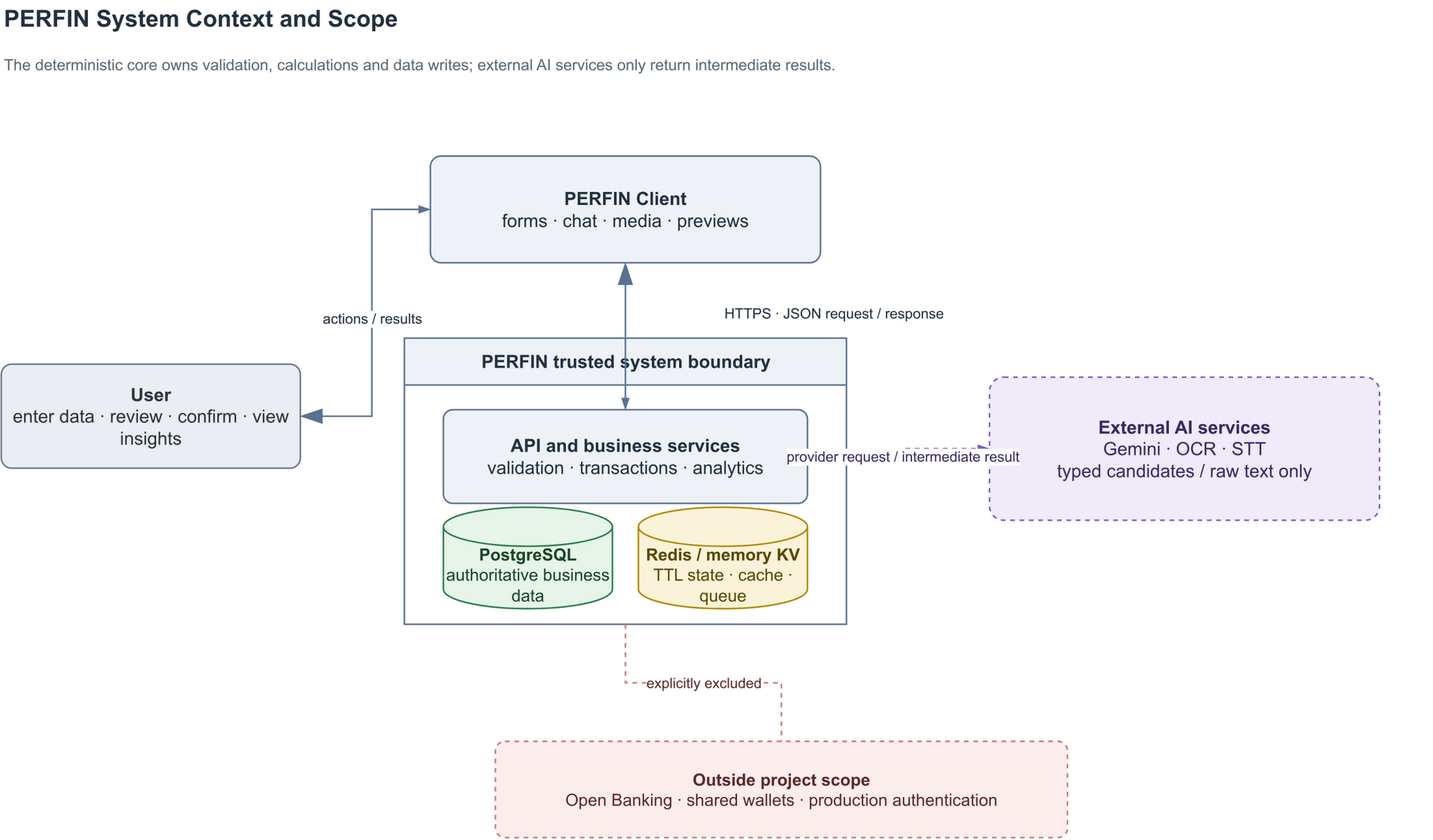
This is latex/figures/rendered/01-system-context.png from ngthtrong/perfin-nienluan, a draw.io export, as it was before one commit. Source tidied: cells renumbered, new cells last; positions are measured from the earlier drawing's top-left corner, leaving out a move shared by most shapes. Source of this version:
```xml
<mxGraphModel>
  <root>
    <mxCell id="0" />
    <mxCell id="1" parent="0" />
    <mxCell id="2" value="&lt;b&gt;PERFIN System Context and Scope&lt;/b&gt;" style="text;html=1;align=left;verticalAlign=middle;fontSize=18;fontColor=#22303F;" parent="1" vertex="1">
      <mxGeometry width="720" height="28" as="geometry" />
    </mxCell>
    <mxCell id="3" value="The deterministic core owns validation, calculations and data writes; external AI services only return intermediate results." style="text;html=1;align=left;verticalAlign=middle;fontSize=12;fontColor=#5A6A78;whiteSpace=wrap;" parent="1" vertex="1">
      <mxGeometry y="32" width="1100" height="36" as="geometry" />
    </mxCell>
    <mxCell id="4" value="&lt;b&gt;User&lt;/b&gt;&#10;enter data · review · confirm · view insights" style="rounded=1;arcSize=10;whiteSpace=wrap;html=1;spacing=6;align=center;verticalAlign=middle;fillColor=#EAEEF2;strokeColor=#6B7A89;fontColor=#2C3440;fontSize=14;strokeWidth=1.2;" parent="1" vertex="1">
      <mxGeometry y="280" width="230" height="80" as="geometry" />
    </mxCell>
    <mxCell id="5" value="&lt;b&gt;PERFIN Client&lt;/b&gt;&#10;forms · chat · media · previews" style="rounded=1;arcSize=10;whiteSpace=wrap;html=1;spacing=6;align=center;verticalAlign=middle;fillColor=#EEF2F7;strokeColor=#5B7290;fontColor=#22303F;fontSize=14;strokeWidth=1.2;" parent="1" vertex="1">
      <mxGeometry x="330" y="120" width="300" height="82" as="geometry" />
    </mxCell>
    <mxCell id="6" value="PERFIN trusted system boundary" style="swimlane;startSize=36;horizontal=1;html=1;rounded=0;fillColor=#EEF2F7;swimlaneFillColor=#FFFFFF;strokeColor=#5B7290;fontColor=#22303F;fontSize=14;fontStyle=1;strokeWidth=1.2;" parent="1" vertex="1">
      <mxGeometry x="310" y="260" width="340" height="220" as="geometry" />
    </mxCell>
    <mxCell id="7" value="&lt;b&gt;API and business services&lt;/b&gt;&#10;validation · transactions · analytics" style="rounded=1;arcSize=10;whiteSpace=wrap;html=1;spacing=6;align=center;verticalAlign=middle;fillColor=#EEF2F7;strokeColor=#5B7290;fontColor=#22303F;fontSize=14;strokeWidth=1.2;" parent="6" vertex="1">
      <mxGeometry x="30" y="55" width="280" height="72" as="geometry" />
    </mxCell>
    <mxCell id="8" value="&lt;b&gt;PostgreSQL&lt;/b&gt;&#10;authoritative business data" style="shape=cylinder3;boundedLbl=1;whiteSpace=wrap;html=1;fillColor=#E6F4EA;strokeColor=#2E7D46;fontColor=#1B4429;fontSize=13;strokeWidth=1.2;" parent="6" vertex="1">
      <mxGeometry x="30" y="130" width="130" height="78" as="geometry" />
    </mxCell>
    <mxCell id="9" value="&lt;b&gt;Redis / memory KV&lt;/b&gt;&#10;TTL state · cache · queue" style="shape=cylinder3;boundedLbl=1;whiteSpace=wrap;html=1;fillColor=#FBF3D9;strokeColor=#B08900;fontColor=#5A4700;fontSize=13;strokeWidth=1.2;" parent="6" vertex="1">
      <mxGeometry x="180" y="130" width="130" height="78" as="geometry" />
    </mxCell>
    <mxCell id="10" value="&lt;b&gt;External AI services&lt;/b&gt;&#10;Gemini · OCR · STT&#10;typed candidates / raw text only" style="rounded=1;arcSize=10;whiteSpace=wrap;html=1;spacing=6;align=center;verticalAlign=middle;fillColor=#F0EAF9;strokeColor=#7C5CBF;fontColor=#3A2A5F;fontSize=14;strokeWidth=1.2;dashed=1;" parent="1" vertex="1">
      <mxGeometry x="760" y="290" width="300" height="110" as="geometry" />
    </mxCell>
    <mxCell id="11" value="&lt;b&gt;Outside project scope&lt;/b&gt;&#10;Open Banking · shared wallets · production authentication" style="rounded=1;arcSize=10;whiteSpace=wrap;html=1;spacing=6;align=center;verticalAlign=middle;fillColor=#FCEDED;strokeColor=#C97A7A;fontColor=#5A2A2A;fontSize=13;strokeWidth=1.2;dashed=1;" parent="1" vertex="1">
      <mxGeometry x="380" y="570" width="440" height="74" as="geometry" />
    </mxCell>
    <mxCell id="12" value="actions / results" style="edgeStyle=orthogonalEdgeStyle;rounded=0;curved=0;jettySize=auto;html=1;strokeColor=#5B7290;fontColor=#22303F;fontSize=11;labelBackgroundColor=#FFFFFF;strokeWidth=1.2;endArrow=blockThin;endFill=1;startArrow=blockThin;startFill=1;startSize=14;exitX=1;exitY=0.5;exitDx=0;exitDy=0;entryX=0;entryY=0.5;entryDx=0;entryDy=0;" parent="1" edge="1" source="4" target="5">
      <mxGeometry relative="1" as="geometry" />
    </mxCell>
    <mxCell id="13" style="edgeStyle=orthogonalEdgeStyle;rounded=0;curved=0;jettySize=auto;html=1;strokeColor=#5B7290;fontColor=#22303F;fontSize=11;labelBackgroundColor=#FFFFFF;strokeWidth=1.2;endArrow=blockThin;endFill=1;startArrow=blockThin;startFill=1;startSize=14;exitX=0.5;exitY=1;exitDx=0;exitDy=0;entryX=0.5;entryY=0;entryDx=0;entryDy=0;" parent="1" edge="1" source="5" target="7">
      <mxGeometry relative="1" as="geometry" />
    </mxCell>
    <mxCell id="14" value="HTTPS · JSON request / response" style="edgeLabel;html=1;align=center;verticalAlign=middle;labelBackgroundColor=#FFFFFF;fontSize=11;fontColor=#22303F;" parent="13" vertex="1">
      <mxGeometry relative="1" as="geometry">
        <mxPoint x="160" y="-18" as="offset" />
      </mxGeometry>
    </mxCell>
    <mxCell id="15" value="provider request / intermediate result" style="edgeStyle=orthogonalEdgeStyle;rounded=0;curved=0;jettySize=auto;html=1;strokeColor=#7C5CBF;fontColor=#3A2A5F;fontSize=11;labelBackgroundColor=#FFFFFF;strokeWidth=1.2;dashed=1;endArrow=blockThin;endFill=1;startArrow=blockThin;startFill=1;startSize=14;exitX=1;exitY=0.5;exitDx=0;exitDy=0;entryX=0;entryY=0.5;entryDx=0;entryDy=0;" parent="1" edge="1" source="7" target="10">
      <mxGeometry relative="1" as="geometry" />
    </mxCell>
    <mxCell id="16" value="explicitly excluded" style="edgeStyle=orthogonalEdgeStyle;rounded=0;curved=0;jettySize=auto;html=1;strokeColor=#C97A7A;fontColor=#5A2A2A;fontSize=11;labelBackgroundColor=#FFFFFF;strokeWidth=1.2;dashed=1;endArrow=none;exitX=0.5;exitY=1;exitDx=0;exitDy=0;entryX=0.5;entryY=0;entryDx=0;entryDy=0;" parent="1" edge="1" source="6" target="11">
      <mxGeometry relative="1" as="geometry" />
    </mxCell>
  </root>
</mxGraphModel>
```
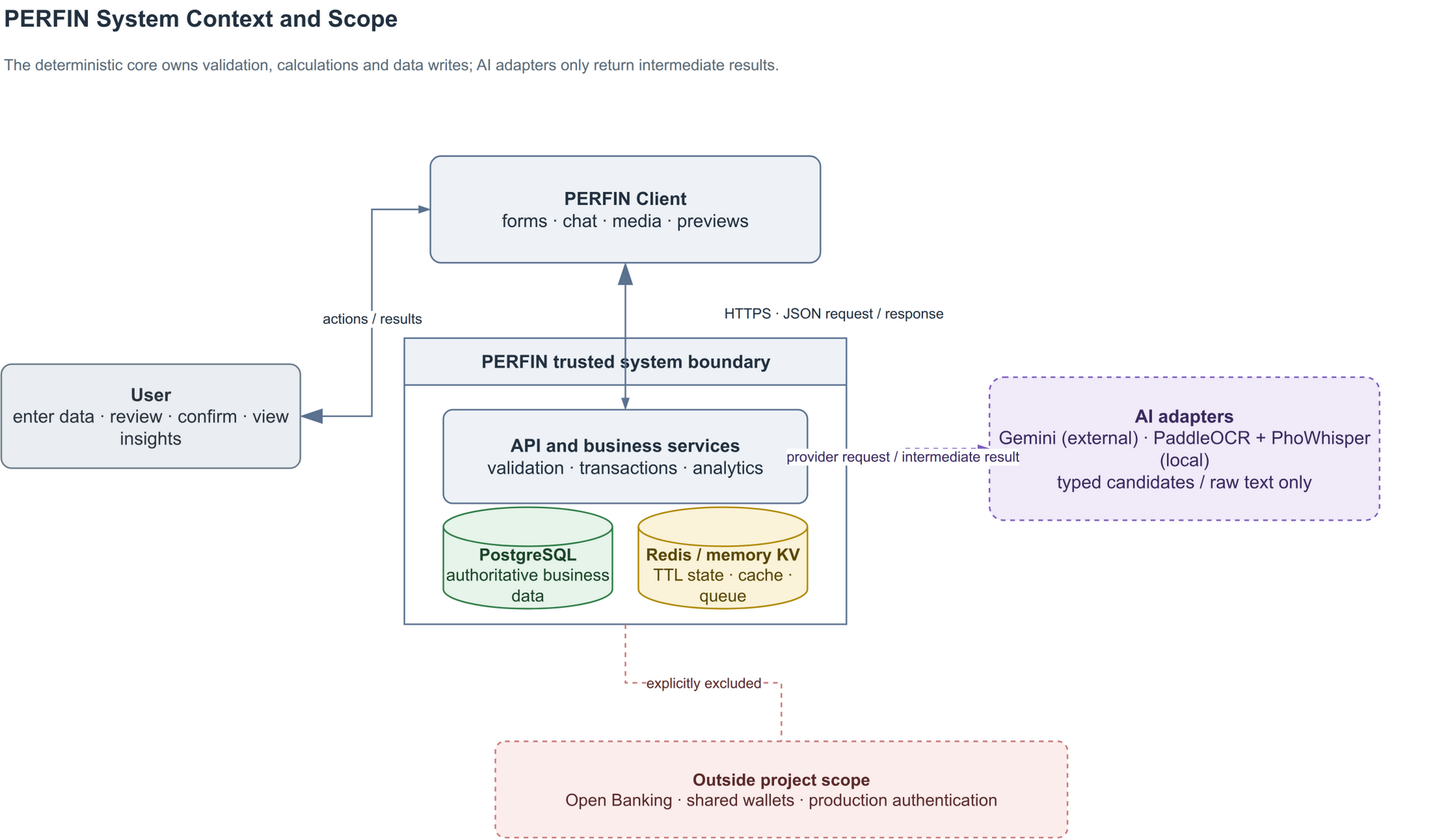
After the commit.

What changed in the source:
```diff
@@ -5,7 +5,7 @@
     <mxCell id="2" value="&lt;b&gt;PERFIN System Context and Scope&lt;/b&gt;" style="text;html=1;align=left;verticalAlign=middle;fontSize=18;fontColor=#22303F;" parent="1" vertex="1">
       <mxGeometry width="720" height="28" as="geometry" />
     </mxCell>
-    <mxCell id="3" value="The deterministic core owns validation, calculations and data writes; external AI services only return intermediate results." style="text;html=1;align=left;verticalAlign=middle;fontSize=12;fontColor=#5A6A78;whiteSpace=wrap;" parent="1" vertex="1">
+    <mxCell id="3" value="The deterministic core owns validation, calculations and data writes; AI adapters only return intermediate results." style="text;html=1;align=left;verticalAlign=middle;fontSize=12;fontColor=#5A6A78;whiteSpace=wrap;" parent="1" vertex="1">
       <mxGeometry y="32" width="1100" height="36" as="geometry" />
     </mxCell>
     <mxCell id="4" value="&lt;b&gt;User&lt;/b&gt;&#10;enter data · review · confirm · view insights" style="rounded=1;arcSize=10;whiteSpace=wrap;html=1;spacing=6;align=center;verticalAlign=middle;fillColor=#EAEEF2;strokeColor=#6B7A89;fontColor=#2C3440;fontSize=14;strokeWidth=1.2;" parent="1" vertex="1">
@@ -26,7 +26,7 @@
     <mxCell id="9" value="&lt;b&gt;Redis / memory KV&lt;/b&gt;&#10;TTL state · cache · queue" style="shape=cylinder3;boundedLbl=1;whiteSpace=wrap;html=1;fillColor=#FBF3D9;strokeColor=#B08900;fontColor=#5A4700;fontSize=13;strokeWidth=1.2;" parent="6" vertex="1">
       <mxGeometry x="180" y="130" width="130" height="78" as="geometry" />
     </mxCell>
-    <mxCell id="10" value="&lt;b&gt;External AI services&lt;/b&gt;&#10;Gemini · OCR · STT&#10;typed candidates / raw text only" style="rounded=1;arcSize=10;whiteSpace=wrap;html=1;spacing=6;align=center;verticalAlign=middle;fillColor=#F0EAF9;strokeColor=#7C5CBF;fontColor=#3A2A5F;fontSize=14;strokeWidth=1.2;dashed=1;" parent="1" vertex="1">
+    <mxCell id="10" value="&lt;b&gt;AI adapters&lt;/b&gt;&#10;Gemini (external) · PaddleOCR + PhoWhisper (local)&#10;typed candidates / raw text only" style="rounded=1;arcSize=10;whiteSpace=wrap;html=1;spacing=6;align=center;verticalAlign=middle;fillColor=#F0EAF9;strokeColor=#7C5CBF;fontColor=#3A2A5F;fontSize=14;strokeWidth=1.2;dashed=1;" parent="1" vertex="1">
       <mxGeometry x="760" y="290" width="300" height="110" as="geometry" />
     </mxCell>
     <mxCell id="11" value="&lt;b&gt;Outside project scope&lt;/b&gt;&#10;Open Banking · shared wallets · production authentication" style="rounded=1;arcSize=10;whiteSpace=wrap;html=1;spacing=6;align=center;verticalAlign=middle;fillColor=#FCEDED;strokeColor=#C97A7A;fontColor=#5A2A2A;fontSize=13;strokeWidth=1.2;dashed=1;" parent="1" vertex="1">
```
